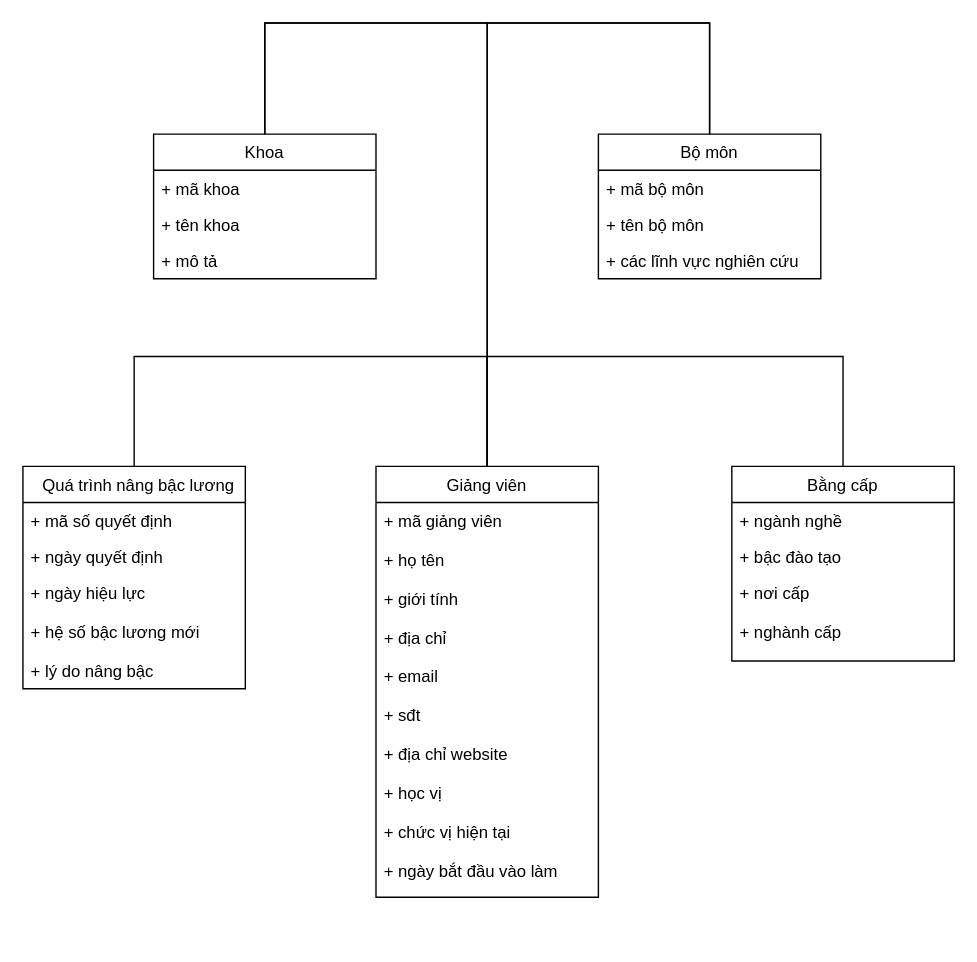
The draw.io diagram baikiemtraso1.drawio in VanThiKimKhanh1203/CSDL---2022, before the edit. Source tidied: cells renumbered, new cells numbered last; positions are measured from the earlier drawing's top-left corner, leaving out a move shared by most shapes. Both pictures are drawn from the tidied source at 139%, with x=0, y=0 at pixel (22, 22).
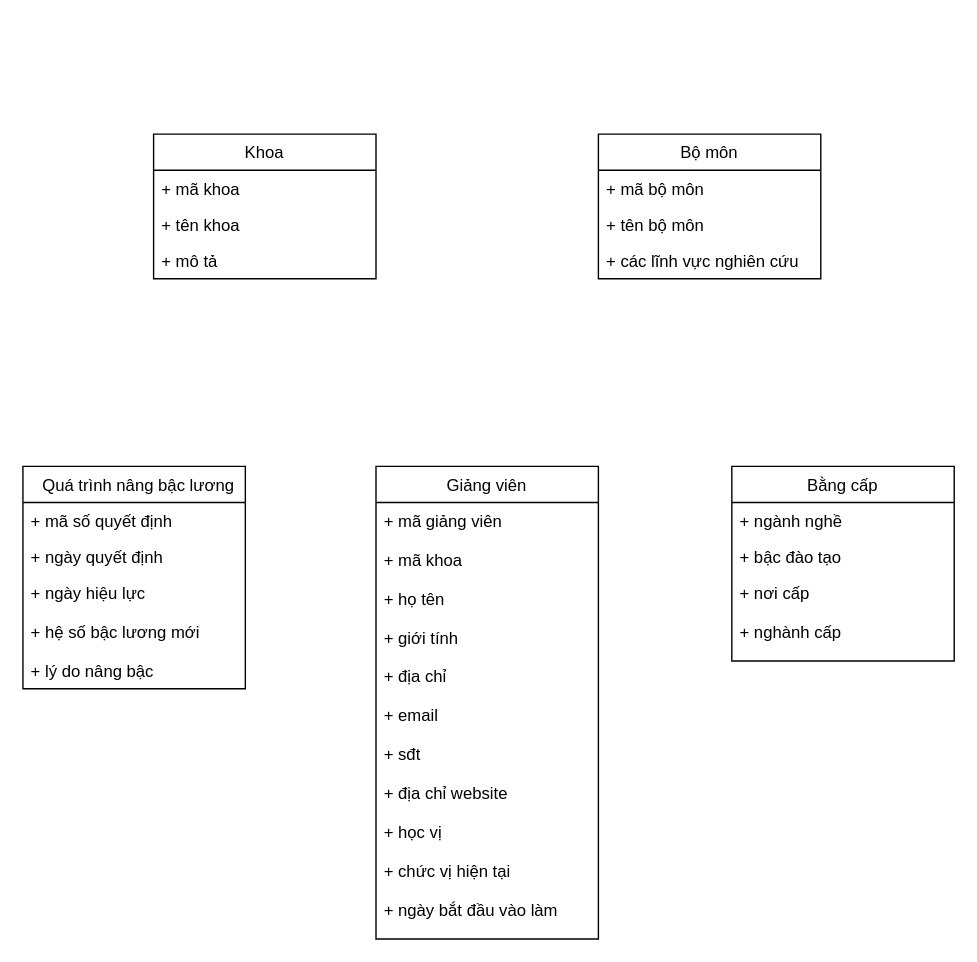
The same diagram, later.

Unchanged cells that the change refers to:
```xml
<mxCell id="2" value="  Quá trình nâng bậc lương" style="swimlane;fontStyle=0;horizontal=1;startSize=26;fillColor=none;" parent="1" vertex="1">
  <mxGeometry y="319" width="160" height="160" as="geometry" />
</mxCell>
<mxCell id="6" value="Bộ môn" style="swimlane;fontStyle=0;horizontal=1;startSize=26;fillColor=none;" parent="1" vertex="1">
  <mxGeometry x="414" y="80" width="160" height="104" as="geometry" />
</mxCell>
<mxCell id="10" value="Khoa" style="swimlane;fontStyle=0;horizontal=1;startSize=26;fillColor=none;" parent="1" vertex="1">
  <mxGeometry x="94" y="80" width="160" height="104" as="geometry" />
</mxCell>
<mxCell id="16" value="Bằng cấp" style="swimlane;fontStyle=0;horizontal=1;startSize=26;fillColor=none;" parent="1" vertex="1">
  <mxGeometry x="510" y="319" width="160" height="140" as="geometry" />
</mxCell>
```

Change to the diagram source:
```diff
@@
     <mxCell id="14" value="Giảng viên" style="swimlane;fontStyle=0;horizontal=1;startSize=26;fillColor=none;" parent="1" vertex="1">
-      <mxGeometry x="254" y="319" width="160" height="310" as="geometry" />
+      <mxGeometry x="254" y="319" width="160" height="340" as="geometry" />
     </mxCell>
-    <mxCell id="15" value="+ mã giảng viên&#10;&#10;+ họ tên&#10;&#10;+ giới tính&#10;&#10;+ địa chỉ&#10;&#10;+ email&#10;&#10;+ sđt&#10;&#10;+ địa chỉ website&#10;&#10;+ học vị&#10;&#10;+ chức vị hiện tại&#10;&#10;+ ngày bắt đầu vào làm" style="text;strokeColor=none;fillColor=none;align=left;verticalAlign=top;spacingLeft=4;spacingRight=4;overflow=hidden;" parent="14" vertex="1">
-      <mxGeometry y="26" width="160" height="284" as="geometry" />
+    <mxCell id="15" value="+ mã giảng viên&#10;&#10;+ mã khoa&#10;&#10;+ họ tên&#10;&#10;+ giới tính&#10;&#10;+ địa chỉ&#10;&#10;+ email&#10;&#10;+ sđt&#10;&#10;+ địa chỉ website&#10;&#10;+ học vị&#10;&#10;+ chức vị hiện tại&#10;&#10;+ ngày bắt đầu vào làm" style="text;strokeColor=none;fillColor=none;align=left;verticalAlign=top;spacingLeft=4;spacingRight=4;overflow=hidden;" parent="14" vertex="1">
+      <mxGeometry y="26" width="160" height="314" as="geometry" />
     </mxCell>
@@
-    <mxCell id="20" style="endArrow=none;html=1;rounded=0;fontFamily=Helvetica;fontSize=12;fontColor=default;exitX=0.5;exitY=0;exitDx=0;exitDy=0;entryX=0.5;entryY=0;entryDx=0;entryDy=0;" parent="1" edge="1" source="10" target="6">
-      <mxGeometry relative="1" as="geometry">
-        <Array as="points">
-          <mxPoint x="174" />
-          <mxPoint x="494" />
-        </Array>
-      </mxGeometry>
-    </mxCell>
-    <mxCell id="21" style="endArrow=none;html=1;rounded=0;fontFamily=Helvetica;fontSize=12;fontColor=default;exitX=0.5;exitY=0;exitDx=0;exitDy=0;entryX=0.5;entryY=0;entryDx=0;entryDy=0;" parent="1" edge="1" source="14" target="10">
-      <mxGeometry relative="1" as="geometry">
-        <Array as="points">
-          <mxPoint x="334" />
-          <mxPoint x="174" />
-        </Array>
-      </mxGeometry>
-    </mxCell>
-    <mxCell id="22" style="endArrow=none;html=1;rounded=0;fontFamily=Helvetica;fontSize=12;fontColor=default;exitX=0.5;exitY=0;exitDx=0;exitDy=0;entryX=0.5;entryY=0;entryDx=0;entryDy=0;" parent="1" edge="1" source="14" target="6">
-      <mxGeometry relative="1" as="geometry">
-        <Array as="points">
-          <mxPoint x="334" />
-          <mxPoint x="494" />
-        </Array>
-      </mxGeometry>
-    </mxCell>
-    <mxCell id="23" style="endArrow=none;html=1;rounded=0;fontFamily=Helvetica;fontSize=12;fontColor=default;exitX=0.5;exitY=0;exitDx=0;exitDy=0;entryX=0.5;entryY=0;entryDx=0;entryDy=0;" parent="1" edge="1" source="2" target="14">
-      <mxGeometry relative="1" as="geometry">
-        <Array as="points">
-          <mxPoint x="80" y="240" />
-          <mxPoint x="334" y="240" />
-        </Array>
-      </mxGeometry>
-    </mxCell>
-    <mxCell id="24" style="endArrow=none;html=1;rounded=0;fontFamily=Helvetica;fontSize=12;fontColor=default;exitX=0.5;exitY=0;exitDx=0;exitDy=0;entryX=0.5;entryY=0;entryDx=0;entryDy=0;" parent="1" edge="1" source="14" target="16">
-      <mxGeometry relative="1" as="geometry">
-        <Array as="points">
-          <mxPoint x="334" y="240" />
-          <mxPoint x="590" y="240" />
-        </Array>
-      </mxGeometry>
-    </mxCell>
```
